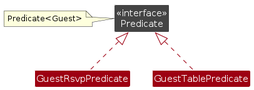
keaganpzh/tp keeps this PlantUML diagram as diagrams/FilterGuestPredicateClassDiagram.png. Above is the earlier version. Its source is kept beside it as diagrams/FilterGuestPredicateClassDiagram.puml. The source it was exported from:
```plantuml
@startuml
!include style.puml
skinparam arrowThickness 1.1
skinparam arrowColor MODEL_COLOR
skinparam classBackgroundColor MODEL_COLOR

Class "<<interface>>\nPredicate" as Predicate #444444

note left
Predicate<Guest>
end note

GuestRsvpPredicate .up.|> Predicate
GuestTablePredicate .up.|> Predicate

@enduml
```
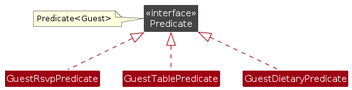
The same diagram one commit later.

The edit, as a diff of the source:
```diff
@@ -12,5 +12,6 @@
 
 GuestRsvpPredicate .up.|> Predicate
 GuestTablePredicate .up.|> Predicate
+GuestDietaryPredicate .up.|> Predicate
 
 @enduml
```
